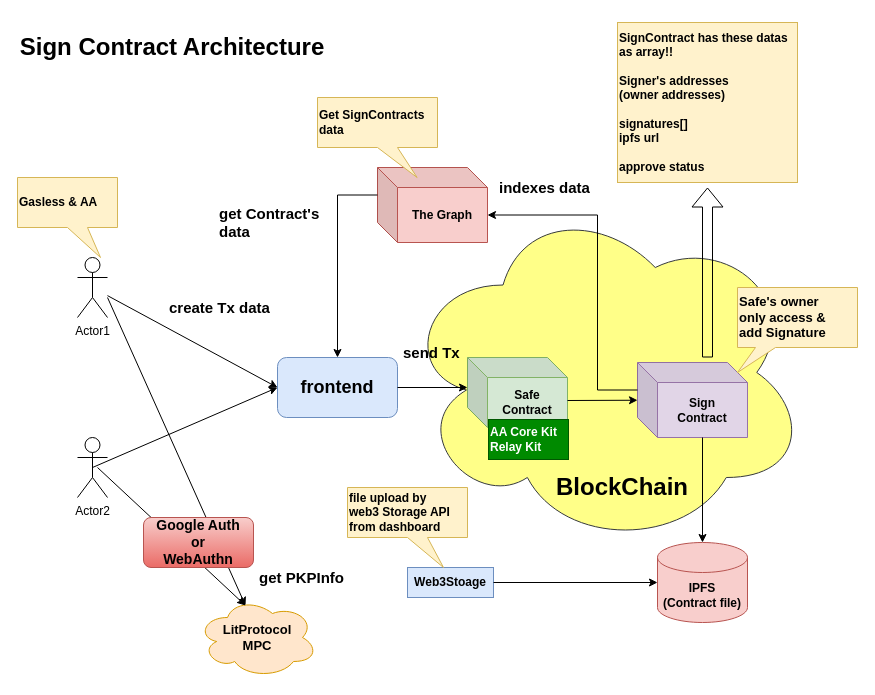
Before: page "SignContract" (3 of 4) of assets/frkt.drawio in yujiym/frkt, a draw.io diagram. Source tidied: cells renumbered, new cells numbered last; positions are measured from the earlier drawing's top-left corner, leaving out a move shared by most shapes. Both pictures are drawn from the tidied source at 100%, with x=0, y=0 at pixel (17, 17).
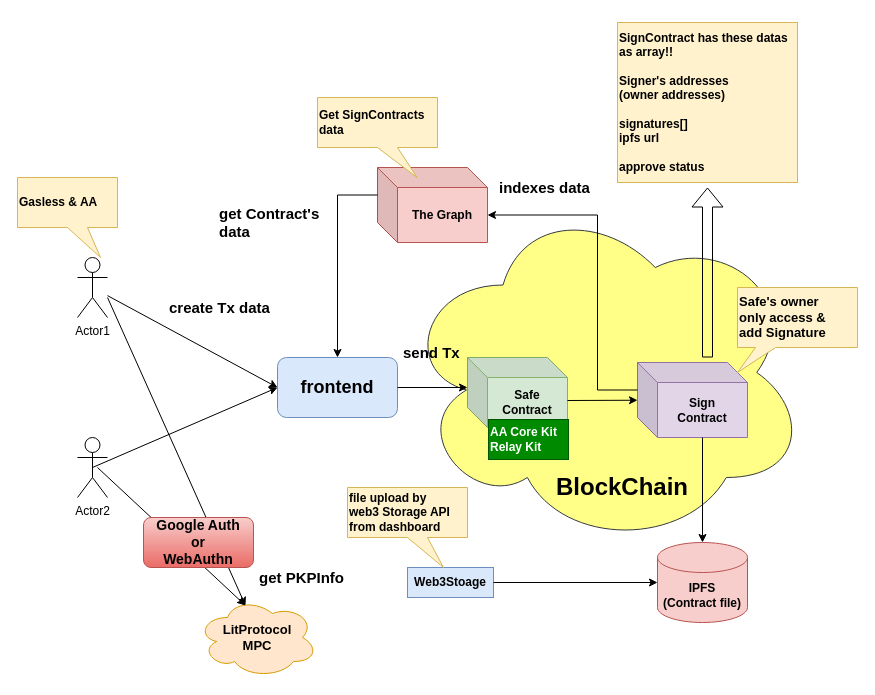
After the change.

The edit, as a diff of the source:
```diff
@@
-    <mxCell id="14" value="&lt;b&gt;Sign Contract Architecture&lt;/b&gt;" style="text;html=1;strokeColor=none;fillColor=none;align=center;verticalAlign=middle;whiteSpace=wrap;rounded=0;fontSize=24;" parent="1" vertex="1">
-      <mxGeometry width="310" height="60" as="geometry" />
-    </mxCell>
```
